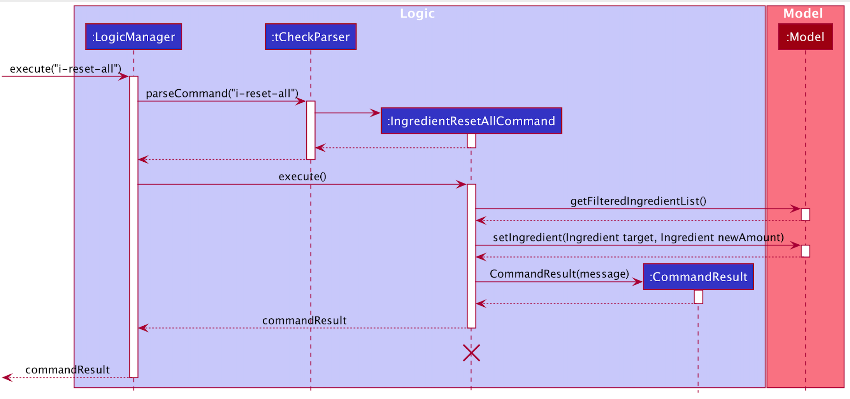
This is docs/images/IngredientResetAllSequenceDiagram.png from nus-cs2103-AY2021S1/tp, a PlantUML export, as it was before one commit. Its source is kept beside it as docs/diagrams/IngredientResetAllSequenceDiagram.puml. The source it was exported from:
```plantuml
@startuml
!include style.puml

box Logic LOGIC_COLOR_T1
participant ":LogicManager" as LogicManager LOGIC_COLOR
participant ":tCheckParser" as tCheckParser LOGIC_COLOR
participant ":IngredientResetAllCommand" as IngredientResetAllCommand LOGIC_COLOR
participant ":CommandResult" as CommandResult LOGIC_COLOR
end box

box Model MODEL_COLOR_T1
participant ":Model" as Model MODEL_COLOR
end box
[-> LogicManager : execute("i-reset-all")
activate LogicManager

LogicManager -> tCheckParser : parseCommand("i-reset-all")
activate tCheckParser

create IngredientResetAllCommand
tCheckParser -> IngredientResetAllCommand
activate IngredientResetAllCommand

IngredientResetAllCommand --> tCheckParser
deactivate IngredientResetAllCommand

tCheckParser --> LogicManager :
deactivate tCheckParser

LogicManager -> IngredientResetAllCommand : execute()
activate IngredientResetAllCommand

IngredientResetAllCommand -> Model : getFilteredIngredientList()
activate Model

Model --> IngredientResetAllCommand :
deactivate Model

IngredientResetAllCommand -> Model : setIngredient(Ingredient target, Ingredient newAmount)
activate Model

Model --> IngredientResetAllCommand :
deactivate Model

create CommandResult
IngredientResetAllCommand -> CommandResult : CommandResult(message)
activate CommandResult

CommandResult --> IngredientResetAllCommand
deactivate CommandResult

IngredientResetAllCommand --> LogicManager :commandResult
deactivate IngredientResetAllCommand

IngredientResetAllCommand -[hidden]-> LogicManager : result
destroy IngredientResetAllCommand

[<--LogicManager : commandResult
deactivate LogicManager
@enduml
```
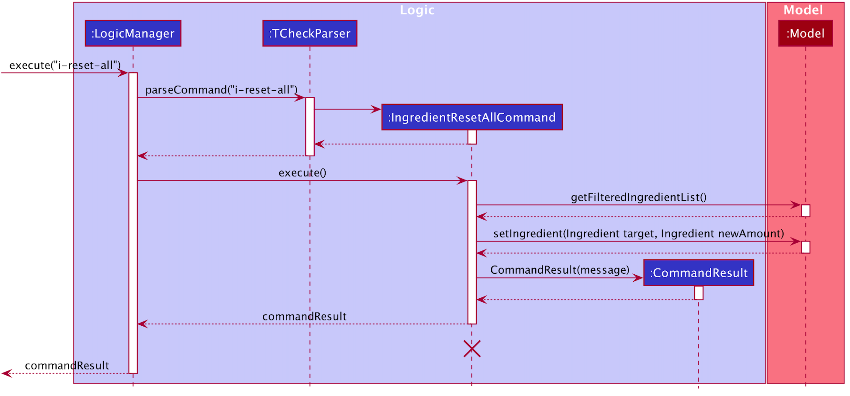
Later version of the same file.

Change to the diagram source:
```diff
@@ -3,7 +3,7 @@
 
 box Logic LOGIC_COLOR_T1
 participant ":LogicManager" as LogicManager LOGIC_COLOR
-participant ":tCheckParser" as tCheckParser LOGIC_COLOR
+participant ":TCheckParser" as TCheckParser LOGIC_COLOR
 participant ":IngredientResetAllCommand" as IngredientResetAllCommand LOGIC_COLOR
 participant ":CommandResult" as CommandResult LOGIC_COLOR
 end box
@@ -14,18 +14,18 @@
 [-> LogicManager : execute("i-reset-all")
 activate LogicManager
 
-LogicManager -> tCheckParser : parseCommand("i-reset-all")
-activate tCheckParser
+LogicManager -> TCheckParser : parseCommand("i-reset-all")
+activate TCheckParser
 
 create IngredientResetAllCommand
-tCheckParser -> IngredientResetAllCommand
+TCheckParser -> IngredientResetAllCommand
 activate IngredientResetAllCommand
 
-IngredientResetAllCommand --> tCheckParser
+IngredientResetAllCommand --> TCheckParser
 deactivate IngredientResetAllCommand
 
-tCheckParser --> LogicManager :
-deactivate tCheckParser
+TCheckParser --> LogicManager :
+deactivate TCheckParser
 
 LogicManager -> IngredientResetAllCommand : execute()
 activate IngredientResetAllCommand
```
